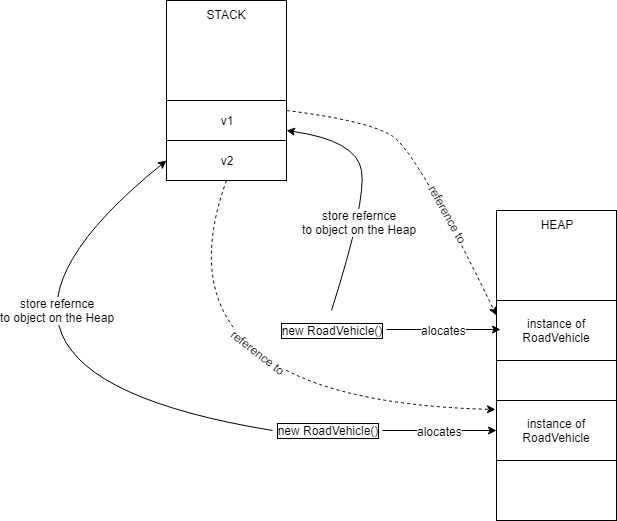
UniversityOfPlymouthComputing/MobileDev-XamarinForms keeps this draw.io diagram as docs/Chapters/Chapter_1_Introduction/img/local_reference_to_heap.png. Above is the earlier version. Source tidied: cells renumbered, new cells last; positions are measured from the earlier drawing's top-left corner, leaving out a move shared by most shapes. Source of this version:
```xml
<mxGraphModel>
  <root>
    <mxCell id="0" />
    <mxCell id="1" parent="0" />
    <mxCell id="2" value="STACK" style="rounded=0;whiteSpace=wrap;html=1;verticalAlign=top;" parent="1" vertex="1">
      <mxGeometry x="260" width="120" height="180" as="geometry" />
    </mxCell>
    <mxCell id="3" value="v2" style="rounded=0;whiteSpace=wrap;html=1;" parent="1" vertex="1">
      <mxGeometry x="260" y="140" width="120" height="40" as="geometry" />
    </mxCell>
    <mxCell id="4" value="v1" style="rounded=0;whiteSpace=wrap;html=1;" parent="1" vertex="1">
      <mxGeometry x="260" y="100" width="120" height="40" as="geometry" />
    </mxCell>
    <mxCell id="5" value="HEAP" style="rounded=0;whiteSpace=wrap;html=1;verticalAlign=top;" parent="1" vertex="1">
      <mxGeometry x="590" y="210" width="120" height="310" as="geometry" />
    </mxCell>
    <mxCell id="6" value="instance of RoadVehicle" style="rounded=0;whiteSpace=wrap;html=1;" parent="1" vertex="1">
      <mxGeometry x="590" y="400" width="120" height="60" as="geometry" />
    </mxCell>
    <mxCell id="7" value="instance of RoadVehicle" style="rounded=0;whiteSpace=wrap;html=1;" parent="1" vertex="1">
      <mxGeometry x="590" y="300" width="120" height="60" as="geometry" />
    </mxCell>
    <mxCell id="8" value="new RoadVehicle()" style="text;html=1;strokeColor=none;fillColor=none;align=center;verticalAlign=middle;whiteSpace=wrap;rounded=0;labelBorderColor=#000000;" parent="1" vertex="1">
      <mxGeometry x="370" y="310" width="110" height="40" as="geometry" />
    </mxCell>
    <mxCell id="9" value="new RoadVehicle()" style="text;html=1;strokeColor=none;fillColor=none;align=center;verticalAlign=middle;whiteSpace=wrap;rounded=0;labelBorderColor=#000000;" parent="1" vertex="1">
      <mxGeometry x="366" y="410" width="110" height="40" as="geometry" />
    </mxCell>
    <mxCell id="10" style="endArrow=classic;html=1;exitX=1;exitY=0.5;exitDx=0;exitDy=0;entryX=0;entryY=0.5;entryDx=0;entryDy=0;" parent="1" edge="1" source="9" target="6">
      <mxGeometry relative="1" as="geometry" />
    </mxCell>
    <mxCell id="11" value="alocates" style="text;html=1;align=center;verticalAlign=middle;labelBackgroundColor=#ffffff;" parent="10" vertex="1">
      <mxGeometry x="-0.49" y="-3" relative="1" as="geometry">
        <mxPoint x="28" y="-3" as="offset" />
      </mxGeometry>
    </mxCell>
    <mxCell id="12" style="endArrow=classic;html=1;exitX=1;exitY=0.5;exitDx=0;exitDy=0;entryX=0;entryY=0.5;entryDx=0;entryDy=0;" parent="1" edge="1">
      <mxGeometry relative="1" as="geometry">
        <mxPoint x="480" y="329" as="sourcePoint" />
        <mxPoint x="594" y="329" as="targetPoint" />
      </mxGeometry>
    </mxCell>
    <mxCell id="13" value="alocates" style="text;html=1;align=center;verticalAlign=middle;labelBackgroundColor=#ffffff;" parent="12" vertex="1">
      <mxGeometry x="-0.49" y="-3" relative="1" as="geometry">
        <mxPoint x="28" y="-3" as="offset" />
      </mxGeometry>
    </mxCell>
    <mxCell id="14" style="endArrow=classic;html=1;entryX=1;entryY=0.75;entryDx=0;entryDy=0;exitX=0.5;exitY=0;exitDx=0;exitDy=0;curved=1;" parent="1" edge="1" source="8" target="4">
      <mxGeometry relative="1" as="geometry">
        <Array as="points">
          <mxPoint x="460" y="200" />
          <mxPoint x="450" y="140" />
        </Array>
      </mxGeometry>
    </mxCell>
    <mxCell id="15" value="store refernce&lt;br&gt;to object on the Heap" style="text;html=1;align=center;verticalAlign=middle;labelBackgroundColor=#ffffff;" parent="14" vertex="1">
      <mxGeometry x="-0.24" y="1" relative="1" as="geometry" />
    </mxCell>
    <mxCell id="16" style="endArrow=classic;html=1;entryX=0;entryY=0.5;entryDx=0;entryDy=0;curved=1;exitX=0;exitY=0.5;exitDx=0;exitDy=0;" parent="1" edge="1" source="9" target="3">
      <mxGeometry relative="1" as="geometry">
        <Array as="points">
          <mxPoint y="370" />
        </Array>
      </mxGeometry>
    </mxCell>
    <mxCell id="17" value="store refernce&lt;br&gt;to object on the Heap" style="text;html=1;align=center;verticalAlign=middle;labelBackgroundColor=#ffffff;" parent="16" vertex="1">
      <mxGeometry x="-0.23" y="-38" relative="1" as="geometry">
        <mxPoint x="44.5" y="-39" as="offset" />
      </mxGeometry>
    </mxCell>
    <mxCell id="18" style="endArrow=classic;html=1;dashed=1;exitX=1;exitY=0.25;exitDx=0;exitDy=0;entryX=0;entryY=0.25;entryDx=0;entryDy=0;curved=1;" parent="1" edge="1" source="4" target="7">
      <mxGeometry relative="1" as="geometry">
        <Array as="points">
          <mxPoint x="460" y="120" />
          <mxPoint x="510" y="150" />
        </Array>
      </mxGeometry>
    </mxCell>
    <mxCell id="19" value="reference to" style="text;html=1;align=center;verticalAlign=middle;labelBackgroundColor=#ffffff;rotation=61;direction=south;" parent="18" vertex="1">
      <mxGeometry x="0.31" y="1" relative="1" as="geometry" />
    </mxCell>
    <mxCell id="20" style="endArrow=classic;html=1;dashed=1;entryX=-0.008;entryY=0.15;entryDx=0;entryDy=0;entryPerimeter=0;exitX=0.5;exitY=1;exitDx=0;exitDy=0;curved=1;" parent="1" edge="1" source="3" target="6">
      <mxGeometry relative="1" as="geometry">
        <Array as="points">
          <mxPoint x="240" y="400" />
        </Array>
      </mxGeometry>
    </mxCell>
    <mxCell id="21" value="reference to" style="text;html=1;align=center;verticalAlign=middle;labelBackgroundColor=#ffffff;rotation=38;" parent="20" vertex="1">
      <mxGeometry x="-0.49" y="88" relative="1" as="geometry" />
    </mxCell>
  </root>
</mxGraphModel>
```
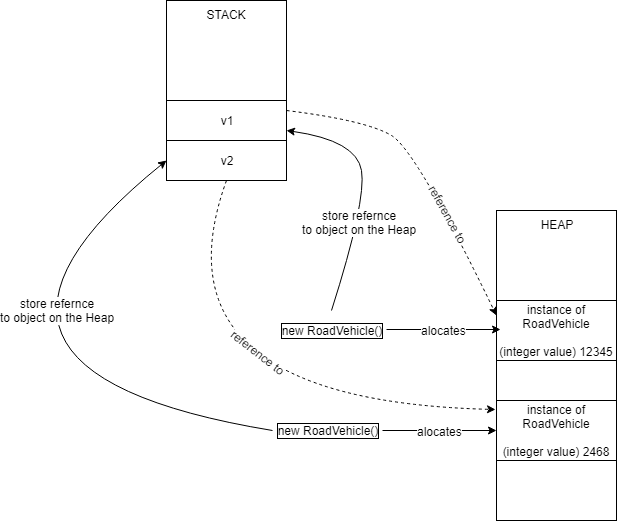
The same file after the commit.

The edit, as a diff of the source:
```diff
@@ -14,10 +14,10 @@
     <mxCell id="5" value="HEAP" style="rounded=0;whiteSpace=wrap;html=1;verticalAlign=top;" parent="1" vertex="1">
       <mxGeometry x="590" y="210" width="120" height="310" as="geometry" />
     </mxCell>
-    <mxCell id="6" value="instance of RoadVehicle" style="rounded=0;whiteSpace=wrap;html=1;" parent="1" vertex="1">
+    <mxCell id="6" value="instance of RoadVehicle&lt;br&gt;&lt;br&gt;(integer value) 2468" style="rounded=0;whiteSpace=wrap;html=1;" parent="1" vertex="1">
       <mxGeometry x="590" y="400" width="120" height="60" as="geometry" />
     </mxCell>
-    <mxCell id="7" value="instance of RoadVehicle" style="rounded=0;whiteSpace=wrap;html=1;" parent="1" vertex="1">
+    <mxCell id="7" value="instance of RoadVehicle&lt;br&gt;&lt;br&gt;(integer value) 12345" style="rounded=0;whiteSpace=wrap;html=1;" parent="1" vertex="1">
       <mxGeometry x="590" y="300" width="120" height="60" as="geometry" />
     </mxCell>
     <mxCell id="8" value="new RoadVehicle()" style="text;html=1;strokeColor=none;fillColor=none;align=center;verticalAlign=middle;whiteSpace=wrap;rounded=0;labelBorderColor=#000000;" parent="1" vertex="1">
```
